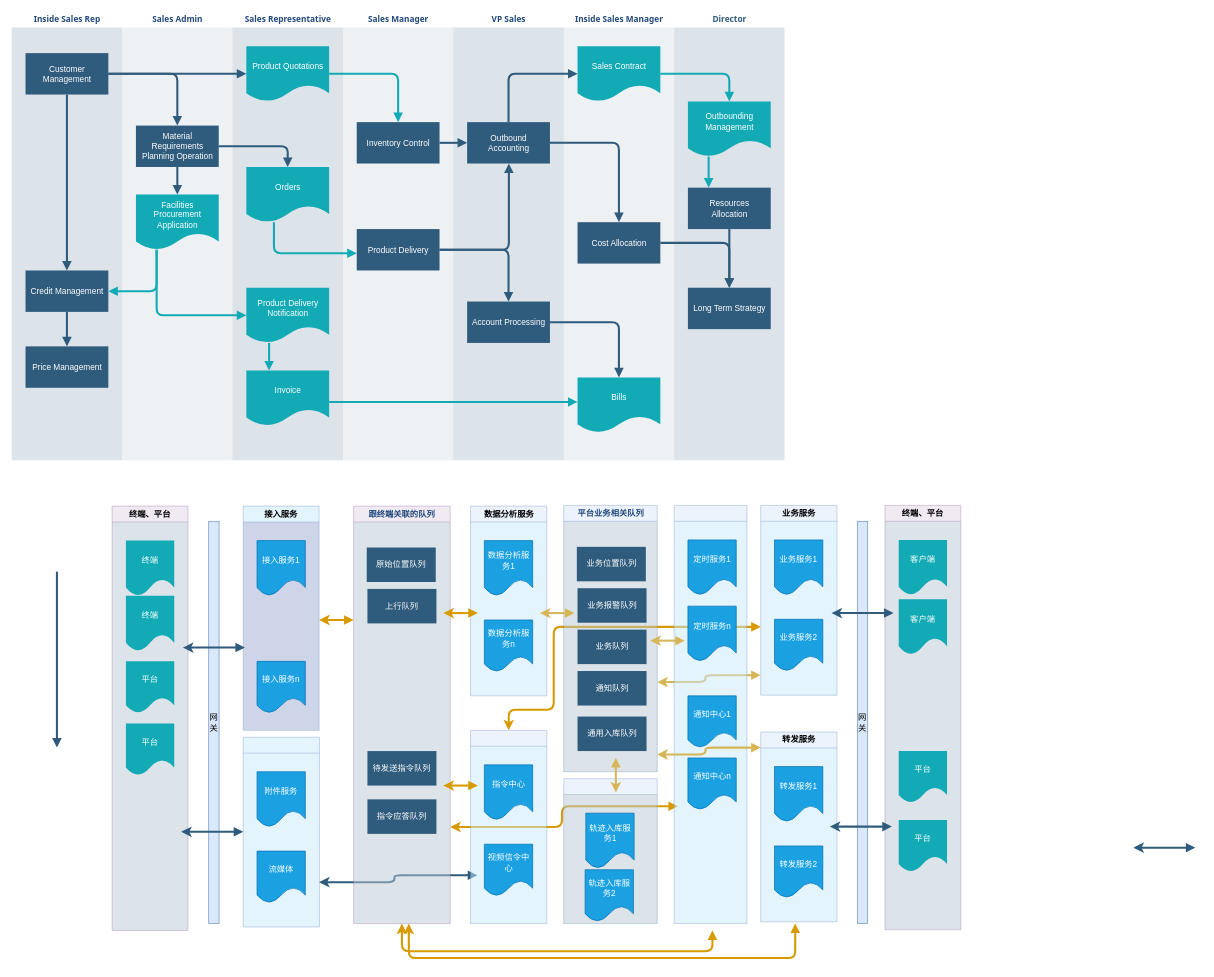
The draw.io diagram cgopro整体流程框架.drawio in xktder/draw, before the edit. Source tidied: cells renumbered, new cells numbered last; positions are measured from the earlier drawing's top-left corner, leaving out a move shared by most shapes. Both pictures are drawn from the tidied source at 69%, with x=0, y=0 at pixel (11, 11).
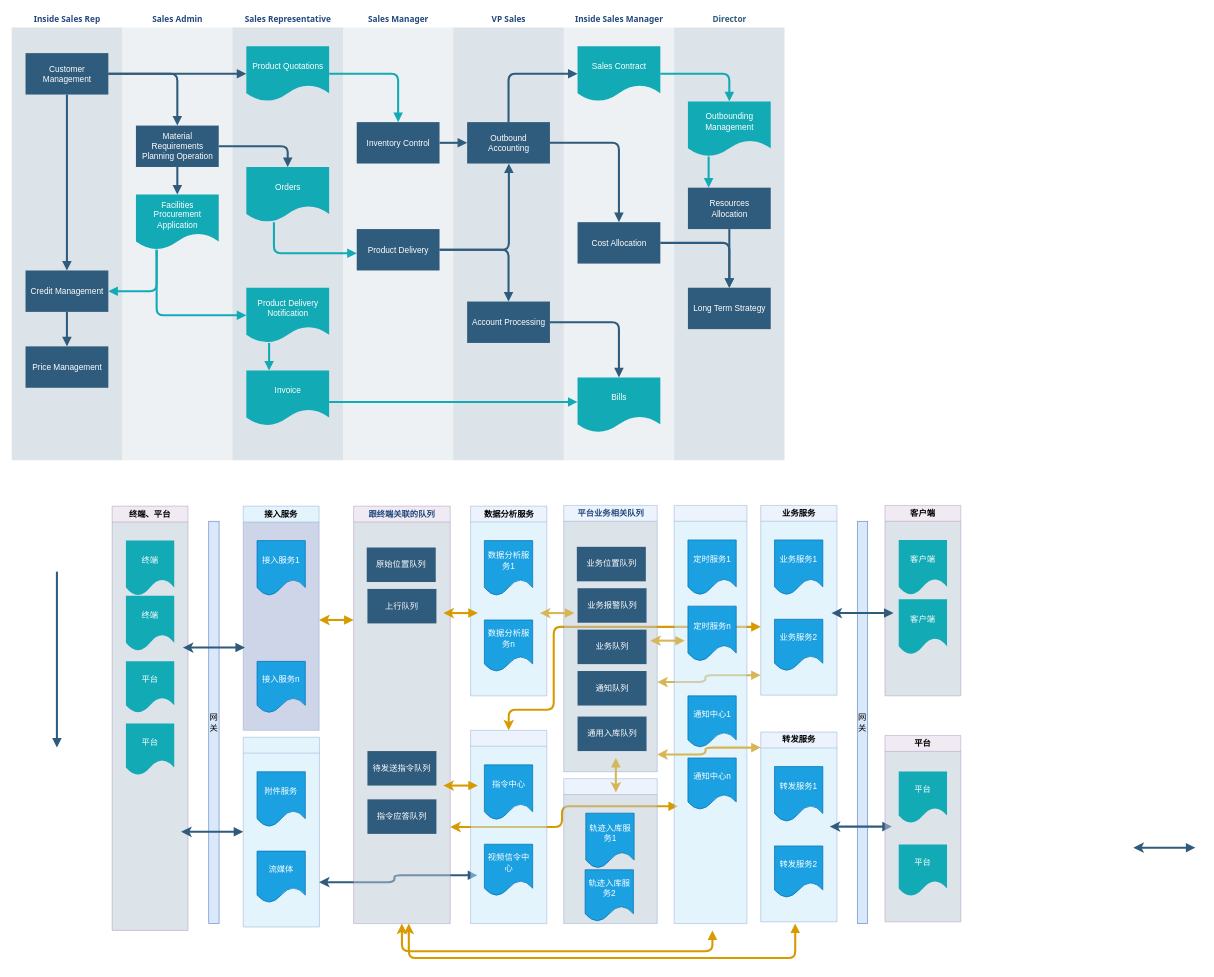
The same diagram, later.

Commit message:
更新cgopro整体流程框架.drawio

What changed in the source:
```diff
@@
-    <mxCell id="109" value="终端、平台" style="swimlane;whiteSpace=wrap;fillColor=#e1d5e7;swimlaneFillColor=#BAC8D3;fontFamily=Tahoma;html=1;strokeColor=#9673a6;opacity=50;startSize=23;" parent="1" vertex="1">
-      <mxGeometry x="1266" y="716" width="110" height="615" as="geometry" />
+    <mxCell id="109" value="客户端" style="swimlane;whiteSpace=wrap;fillColor=#e1d5e7;swimlaneFillColor=#BAC8D3;fontFamily=Tahoma;html=1;strokeColor=#9673a6;opacity=50;startSize=23;" parent="1" vertex="1">
+      <mxGeometry x="1266" y="716" width="110" height="276" as="geometry" />
     </mxCell>
@@
-    <mxCell id="111" value="平台" style="shape=document;whiteSpace=wrap;verticalAlign=middle;strokeColor=none;fillColor=#12aab5;shadow=0;fontColor=#FFFFFF;fontFamily=Helvetica;fontStyle=0;html=1;fontSize=12;spacing=6;spacingBottom=22;" parent="109" vertex="1">
-      <mxGeometry x="20" y="356" width="70" height="75" as="geometry" />
-    </mxCell>
-    <mxCell id="112" value="平台" style="shape=document;whiteSpace=wrap;verticalAlign=middle;strokeColor=none;fillColor=#12aab5;shadow=0;fontColor=#FFFFFF;fontFamily=Helvetica;fontStyle=0;html=1;fontSize=12;spacing=6;spacingBottom=22;" parent="109" vertex="1">
-      <mxGeometry x="20" y="456" width="70" height="75" as="geometry" />
-    </mxCell>
@@
+    <mxCell id="119" value="平台" style="swimlane;whiteSpace=wrap;fillColor=#e1d5e7;swimlaneFillColor=#BAC8D3;fontFamily=Tahoma;html=1;strokeColor=#9673a6;opacity=50;startSize=23;" parent="1" vertex="1">
+      <mxGeometry x="1266" y="1049.5" width="110" height="270" as="geometry" />
+    </mxCell>
+    <mxCell id="120" value="平台" style="shape=document;whiteSpace=wrap;verticalAlign=middle;strokeColor=none;fillColor=#12aab5;shadow=0;fontColor=#FFFFFF;fontFamily=Helvetica;fontStyle=0;html=1;fontSize=12;spacing=6;spacingBottom=22;" parent="119" vertex="1">
+      <mxGeometry x="20" y="52" width="70" height="75" as="geometry" />
+    </mxCell>
+    <mxCell id="121" value="平台" style="shape=document;whiteSpace=wrap;verticalAlign=middle;strokeColor=none;fillColor=#12aab5;shadow=0;fontColor=#FFFFFF;fontFamily=Helvetica;fontStyle=0;html=1;fontSize=12;spacing=6;spacingBottom=22;" parent="119" vertex="1">
+      <mxGeometry x="20" y="158" width="70" height="75" as="geometry" />
+    </mxCell>
```
